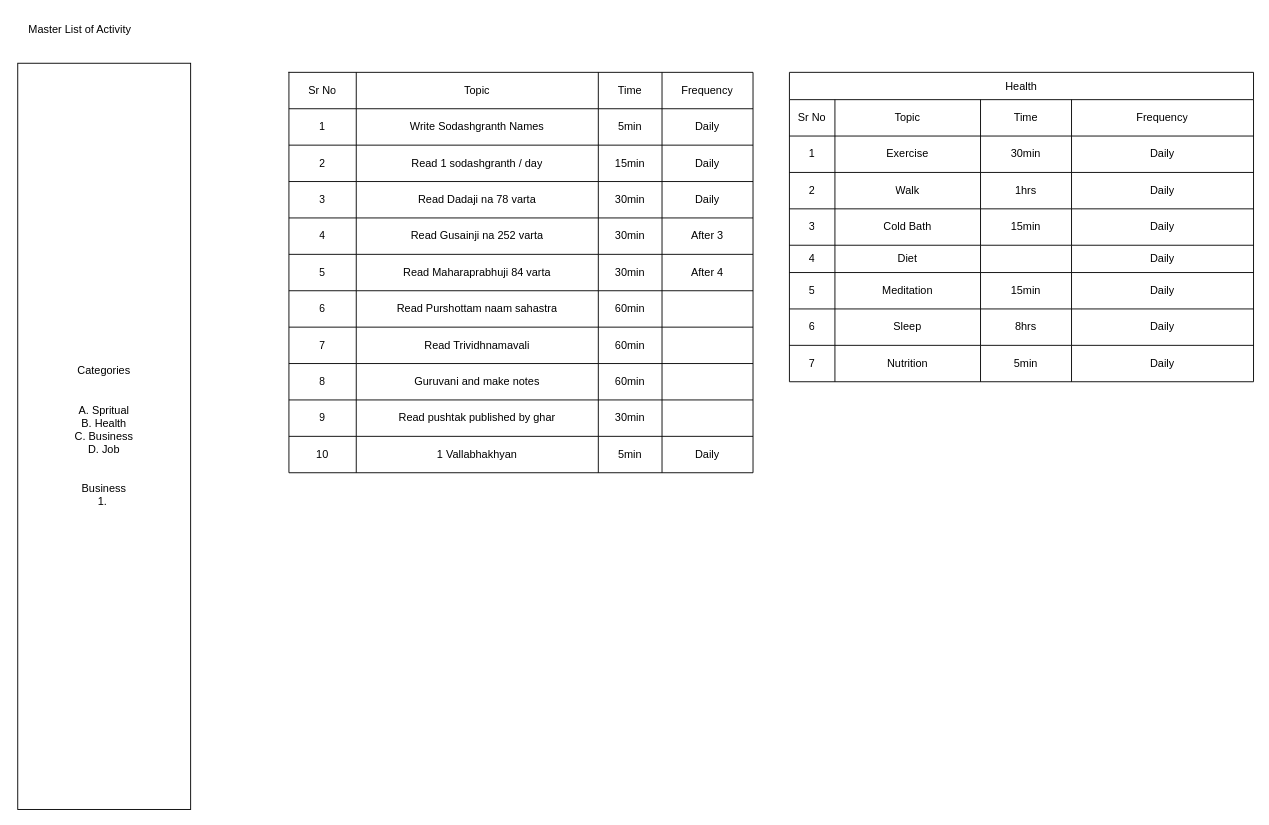
Earlier version of the draw.io diagram ActivtiyTracker.drawio (jjsg/bib). Source tidied: cells renumbered, new cells numbered last; positions are measured from the earlier drawing's top-left corner, leaving out a move shared by most shapes. Both pictures are drawn from the tidied source at 91%, with x=0, y=0 at pixel (15, 15).
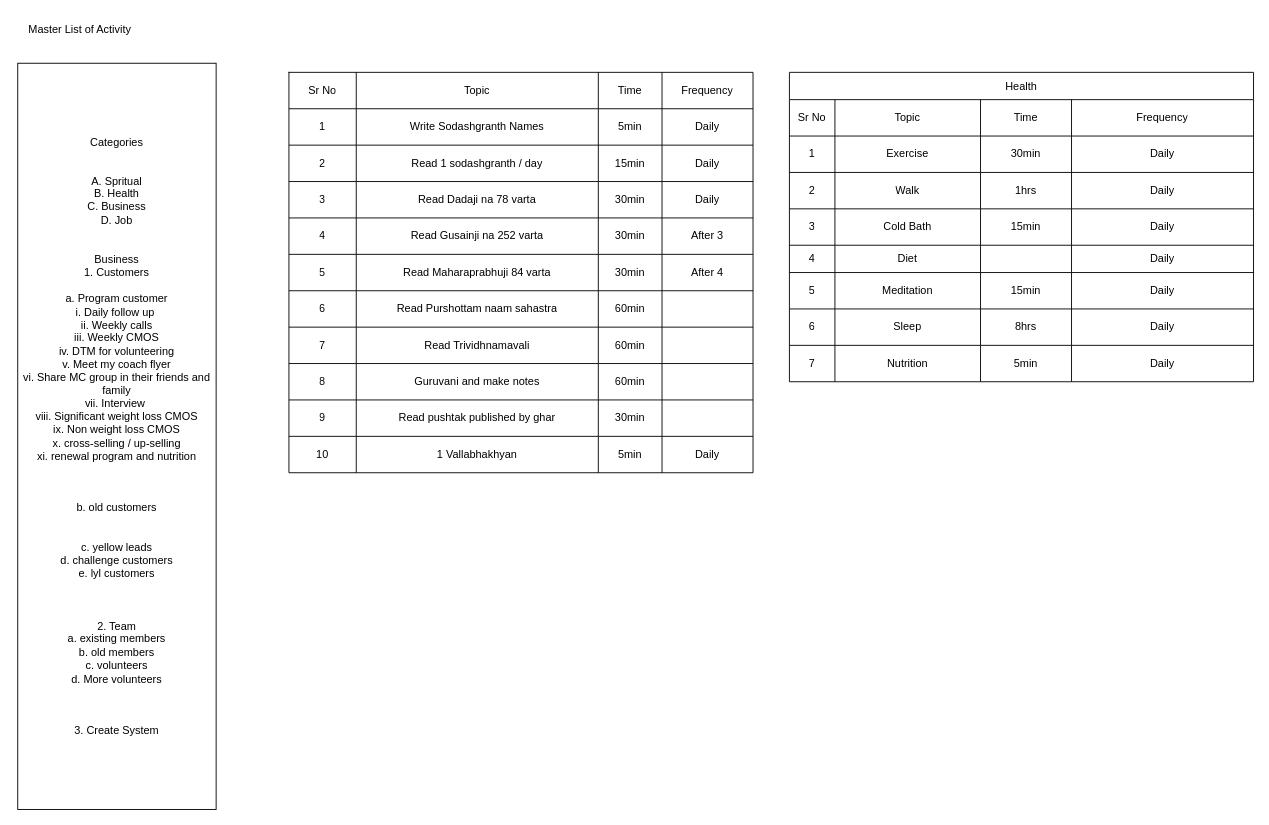
The same page after the edit.

The edit, as a diff of the source:
```diff
@@
-    <mxCell id="2" value="Categories&lt;div&gt;&lt;br&gt;&lt;/div&gt;&lt;div&gt;&lt;br&gt;&lt;/div&gt;&lt;div&gt;A. Spritual&lt;/div&gt;&lt;div&gt;B. Health&lt;/div&gt;&lt;div&gt;C. Business&lt;/div&gt;&lt;div&gt;D. Job&lt;/div&gt;&lt;div&gt;&lt;br&gt;&lt;/div&gt;&lt;div&gt;&lt;br&gt;&lt;/div&gt;&lt;div&gt;Business&lt;/div&gt;&lt;div&gt;1.&amp;nbsp;&lt;/div&gt;" style="rounded=0;whiteSpace=wrap;html=1;" parent="1" vertex="1">
-      <mxGeometry x="2" y="52" width="190" height="820" as="geometry" />
+    <mxCell id="2" value="Categories&lt;div&gt;&lt;br&gt;&lt;/div&gt;&lt;div&gt;&lt;br&gt;&lt;/div&gt;&lt;div&gt;A. Spritual&lt;/div&gt;&lt;div&gt;B. Health&lt;/div&gt;&lt;div&gt;C. Business&lt;/div&gt;&lt;div&gt;D. Job&lt;/div&gt;&lt;div&gt;&lt;br&gt;&lt;/div&gt;&lt;div&gt;&lt;br&gt;&lt;/div&gt;&lt;div&gt;Business&lt;/div&gt;&lt;div&gt;1. Customers&lt;/div&gt;&lt;div&gt;&lt;br&gt;&lt;/div&gt;&lt;div&gt;a. Program customer&lt;/div&gt;&lt;div&gt;i. Daily follow up&amp;nbsp;&lt;/div&gt;&lt;div&gt;ii. Weekly calls&lt;/div&gt;&lt;div&gt;iii. Weekly CMOS&lt;/div&gt;&lt;div&gt;iv. DTM for volunteering&lt;/div&gt;&lt;div&gt;v. Meet my coach flyer&lt;/div&gt;&lt;div&gt;vi. Share MC group in their friends and family&lt;/div&gt;&lt;div&gt;vii. Interview&amp;nbsp;&lt;/div&gt;&lt;div&gt;viii. Significant weight loss CMOS&lt;/div&gt;&lt;div&gt;ix. Non weight loss CMOS&lt;/div&gt;&lt;div&gt;&lt;span style=&quot;background-color: initial;&quot;&gt;x. cross-selling / up-selling&lt;/span&gt;&lt;br&gt;&lt;/div&gt;&lt;div&gt;&lt;span style=&quot;background-color: initial;&quot;&gt;xi. renewal program and nutrition&lt;/span&gt;&lt;/div&gt;&lt;div&gt;&lt;span style=&quot;background-color: initial;&quot;&gt;&amp;nbsp;&lt;/span&gt;&lt;/div&gt;&lt;div&gt;&lt;br&gt;&lt;/div&gt;&lt;div&gt;&lt;br&gt;&lt;/div&gt;&lt;div&gt;b. old customers&lt;/div&gt;&lt;div&gt;&lt;br&gt;&lt;/div&gt;&lt;div&gt;&lt;br&gt;&lt;/div&gt;&lt;div&gt;c. yellow leads&lt;/div&gt;&lt;div&gt;d. challenge customers&lt;/div&gt;&lt;div&gt;e. lyl customers&lt;/div&gt;&lt;div&gt;&lt;br&gt;&lt;/div&gt;&lt;div&gt;&lt;br&gt;&lt;/div&gt;&lt;div&gt;&lt;br&gt;&lt;/div&gt;&lt;div&gt;2. Team&lt;/div&gt;&lt;div&gt;a. existing members&lt;/div&gt;&lt;div&gt;b. old members&lt;/div&gt;&lt;div&gt;c. volunteers&lt;/div&gt;&lt;div&gt;d. More volunteers&lt;/div&gt;&lt;div&gt;&lt;br&gt;&lt;/div&gt;&lt;div&gt;&lt;br&gt;&lt;/div&gt;&lt;div&gt;&lt;br&gt;&lt;/div&gt;&lt;div&gt;3. Create System&lt;/div&gt;" style="rounded=0;whiteSpace=wrap;html=1;" parent="1" vertex="1">
+      <mxGeometry x="2" y="52" width="218" height="820" as="geometry" />
     </mxCell>
```
